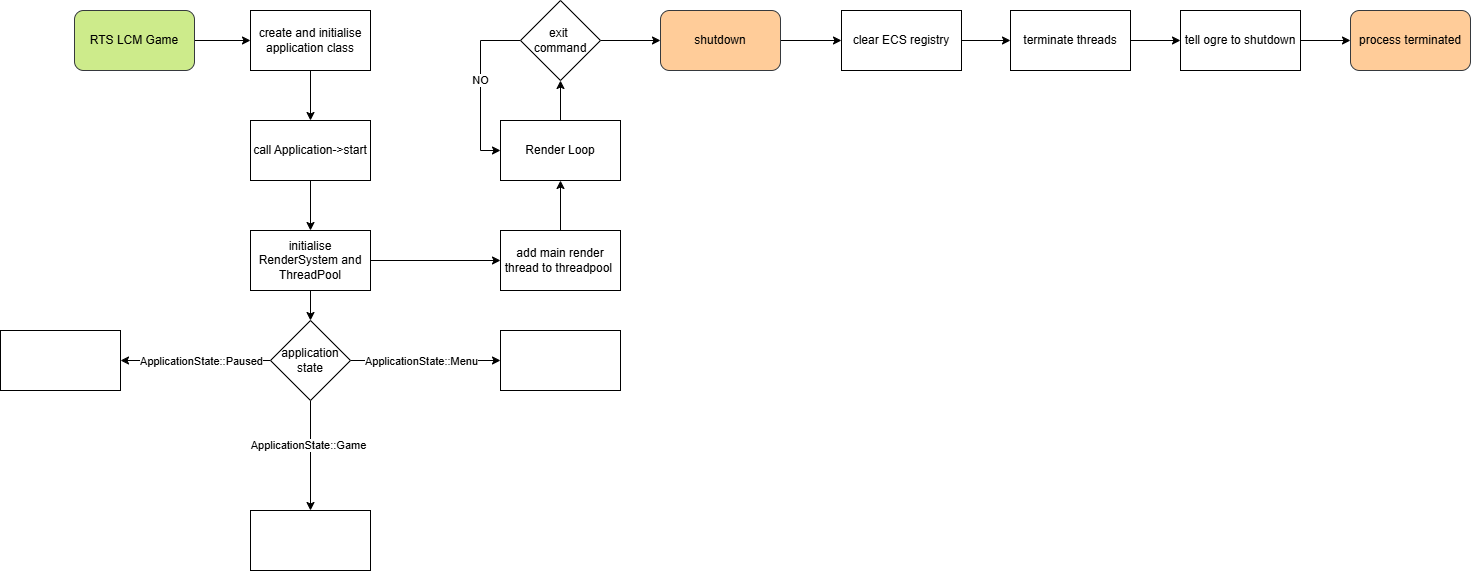
Before: documents/CFD.png, a diagram exported from draw.io (Henry-Frodsham/RTS-LCM-Game). Source tidied: cells renumbered, new cells last; positions are measured from the earlier drawing's top-left corner, leaving out a move shared by most shapes.
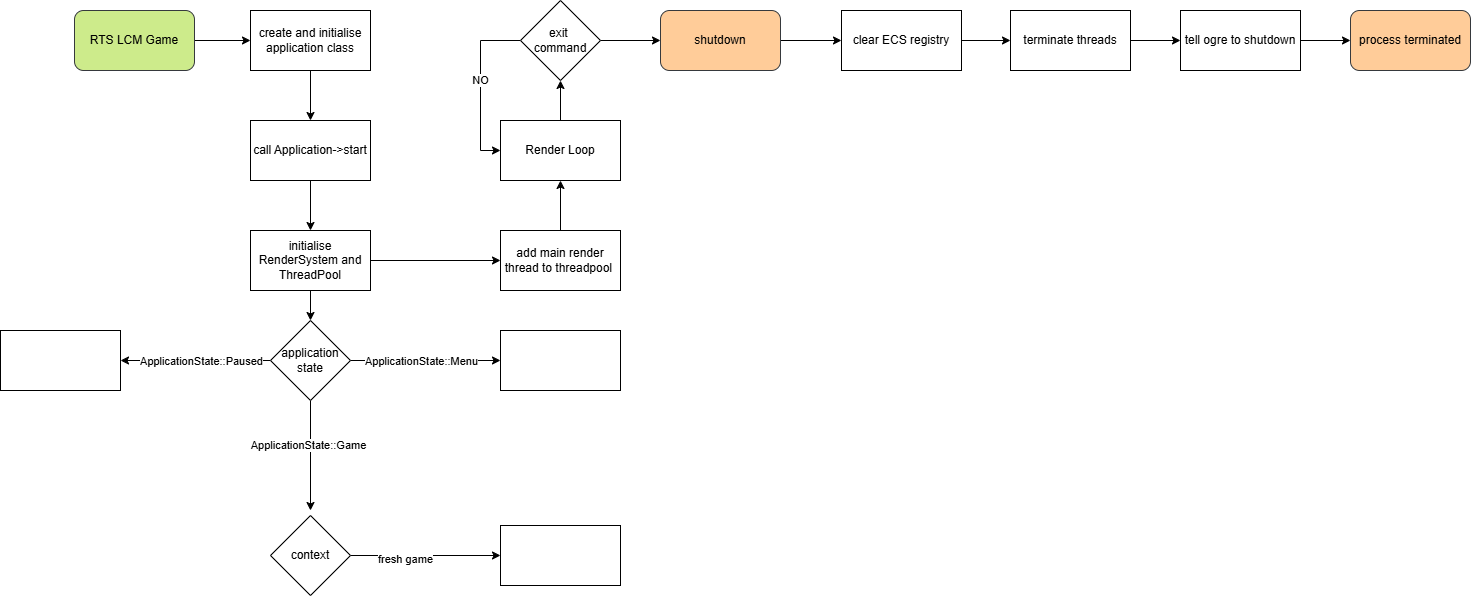
The same file after the commit.

The edit, as a diff of the source:
```diff
@@ -30,8 +30,10 @@
         <mxPoint x="14" y="3" as="offset" />
       </mxGeometry>
     </mxCell>
-    <mxCell id="10" style="edgeStyle=orthogonalEdgeStyle;rounded=0;jettySize=auto;html=1;" parent="1" edge="1" source="14" target="16">
-      <mxGeometry relative="1" as="geometry" />
+    <mxCell id="10" style="edgeStyle=orthogonalEdgeStyle;rounded=0;jettySize=auto;html=1;" parent="1" edge="1" source="14">
+      <mxGeometry relative="1" as="geometry">
+        <mxPoint x="310" y="510" as="targetPoint" />
+      </mxGeometry>
     </mxCell>
     <mxCell id="11" value="ApplicationState::Game" style="edgeLabel;html=1;align=center;verticalAlign=middle;" parent="10" vertex="1">
       <mxGeometry x="-0.2" y="-3" relative="1" as="geometry" />
@@ -50,9 +52,6 @@
     <mxCell id="15" style="rounded=0;whiteSpace=wrap;html=1;" parent="1" vertex="1">
       <mxGeometry y="330" width="120" height="60" as="geometry" />
     </mxCell>
-    <mxCell id="16" style="rounded=0;whiteSpace=wrap;html=1;" parent="1" vertex="1">
-      <mxGeometry x="250" y="510" width="120" height="60" as="geometry" />
-    </mxCell>
     <mxCell id="17" style="rounded=0;whiteSpace=wrap;html=1;" parent="1" vertex="1">
       <mxGeometry x="500" y="330" width="120" height="60" as="geometry" />
     </mxCell>
@@ -125,5 +124,17 @@
     <mxCell id="37" value="process terminated" style="rounded=1;whiteSpace=wrap;html=1;fillColor=light-dark(#FFCC99,#5E0000);strokeColor=#36393d;" parent="1" vertex="1">
       <mxGeometry x="1350" y="10" width="120" height="60" as="geometry" />
     </mxCell>
+    <mxCell id="38" style="edgeStyle=orthogonalEdgeStyle;rounded=0;jettySize=auto;html=1;" parent="1" edge="1" source="40" target="41">
+      <mxGeometry relative="1" as="geometry" />
+    </mxCell>
+    <mxCell id="39" value="fresh game" style="edgeLabel;html=1;align=center;verticalAlign=middle;" parent="38" vertex="1">
+      <mxGeometry x="-0.28" y="-3" relative="1" as="geometry" />
+    </mxCell>
+    <mxCell id="40" value="context" style="rhombus;whiteSpace=wrap;html=1;" parent="1" vertex="1">
+      <mxGeometry x="270" y="515" width="80" height="80" as="geometry" />
+    </mxCell>
+    <mxCell id="41" style="rounded=0;whiteSpace=wrap;html=1;" parent="1" vertex="1">
+      <mxGeometry x="500" y="525" width="120" height="60" as="geometry" />
+    </mxCell>
   </root>
 </mxGraphModel>
```
